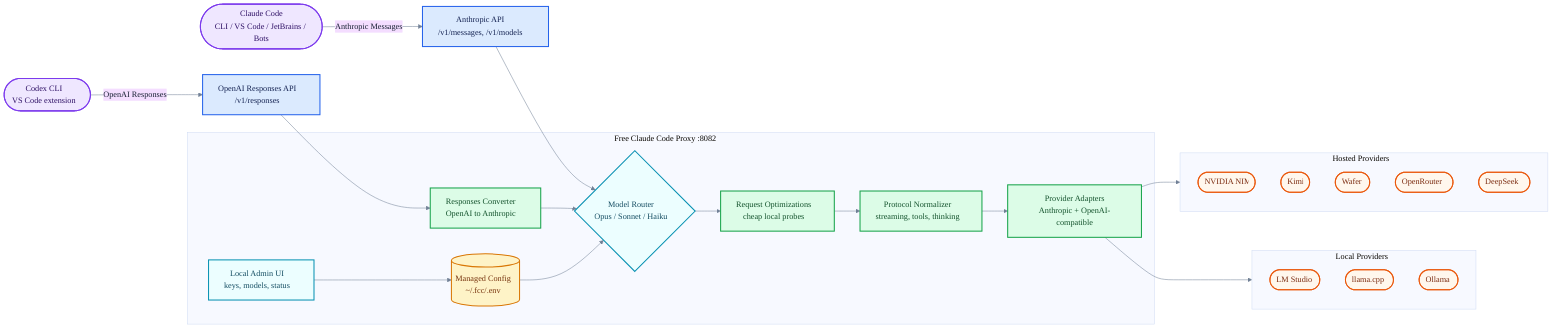
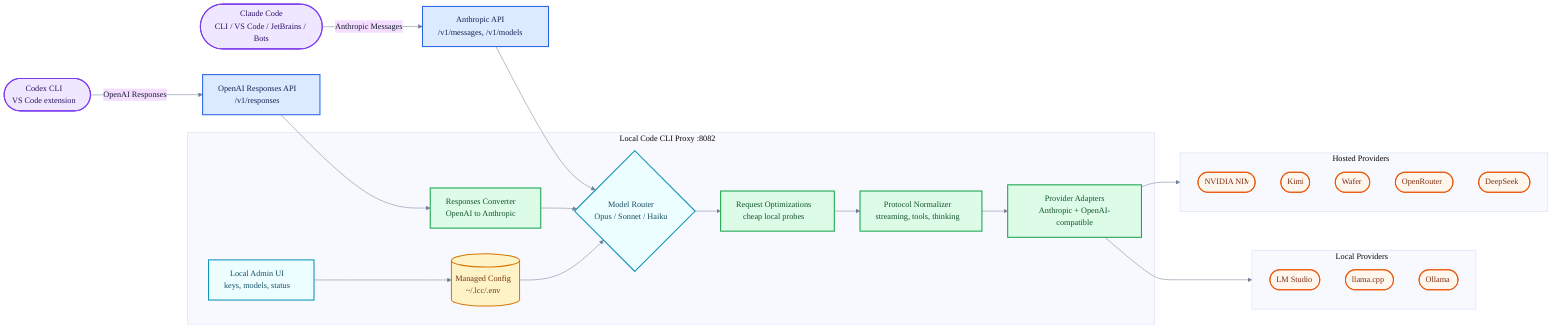
%%{init: {"theme": "base", "themeVariables": {"fontFamily": "Inter, ui-sans-serif, system-ui, Segoe UI, Arial", "background": "transparent", "primaryTextColor": "#172033", "lineColor": "#718096"}}}%%
flowchart LR
    claudeClient(["Claude Code<br/>CLI / VS Code / JetBrains / Bots"])
    codexClient(["Codex CLI<br/>VS Code extension"])
    messagesApi["Anthropic API<br/>/v1/messages, /v1/models"]
    responsesApi["OpenAI Responses API<br/>/v1/responses"]

-     subgraph proxy["Free Claude Code Proxy :8082"]
+     subgraph proxy["Local Code CLI Proxy :8082"]
        admin["Local Admin UI<br/>keys, models, status"]
-         config[("Managed Config<br/>~/.fcc/.env")]
+         config[("Managed Config<br/>~/.lcc/.env")]
        convert["Responses Converter<br/>OpenAI to Anthropic"]
        router{"Model Router<br/>Opus / Sonnet / Haiku"}
        optimize["Request Optimizations<br/>cheap local probes"]
        normalize["Protocol Normalizer<br/>streaming, tools, thinking"]
        adapters["Provider Adapters<br/>Anthropic + OpenAI-compatible"]
    end

    subgraph hosted["Hosted Providers"]
        nim(["NVIDIA NIM"])
        kimi(["Kimi"])
        wafer(["Wafer"])
        openrouter(["OpenRouter"])
        deepseek(["DeepSeek"])
    end

    subgraph local["Local Providers"]
        lmstudio(["LM Studio"])
        llamacpp(["llama.cpp"])
        ollama(["Ollama"])
    end

    claudeClient -->|"Anthropic Messages"| messagesApi
    codexClient -->|"OpenAI Responses"| responsesApi
    messagesApi --> router
    responsesApi --> convert
    convert --> router
    admin --> config
    config --> router
    router --> optimize
    optimize --> normalize
    normalize --> adapters
    adapters --> hosted
    adapters --> local

    classDef client fill:#efe7ff,stroke:#7c3aed,stroke-width:2px,color:#2e1065;
    classDef api fill:#dbeafe,stroke:#2563eb,stroke-width:2px,color:#172554;
    classDef proxy fill:#ecfeff,stroke:#0891b2,stroke-width:2px,color:#164e63;
    classDef config fill:#fef3c7,stroke:#d97706,stroke-width:2px,color:#78350f;
    classDef transform fill:#dcfce7,stroke:#16a34a,stroke-width:2px,color:#14532d;
    classDef provider fill:#fff7ed,stroke:#ea580c,stroke-width:2px,color:#7c2d12;

    class claudeClient,codexClient client;
    class messagesApi,responsesApi api;
    class admin,router proxy;
    class config config;
    class convert,optimize,normalize,adapters transform;
    class nim,kimi,wafer,openrouter,deepseek,lmstudio,llamacpp,ollama provider;
